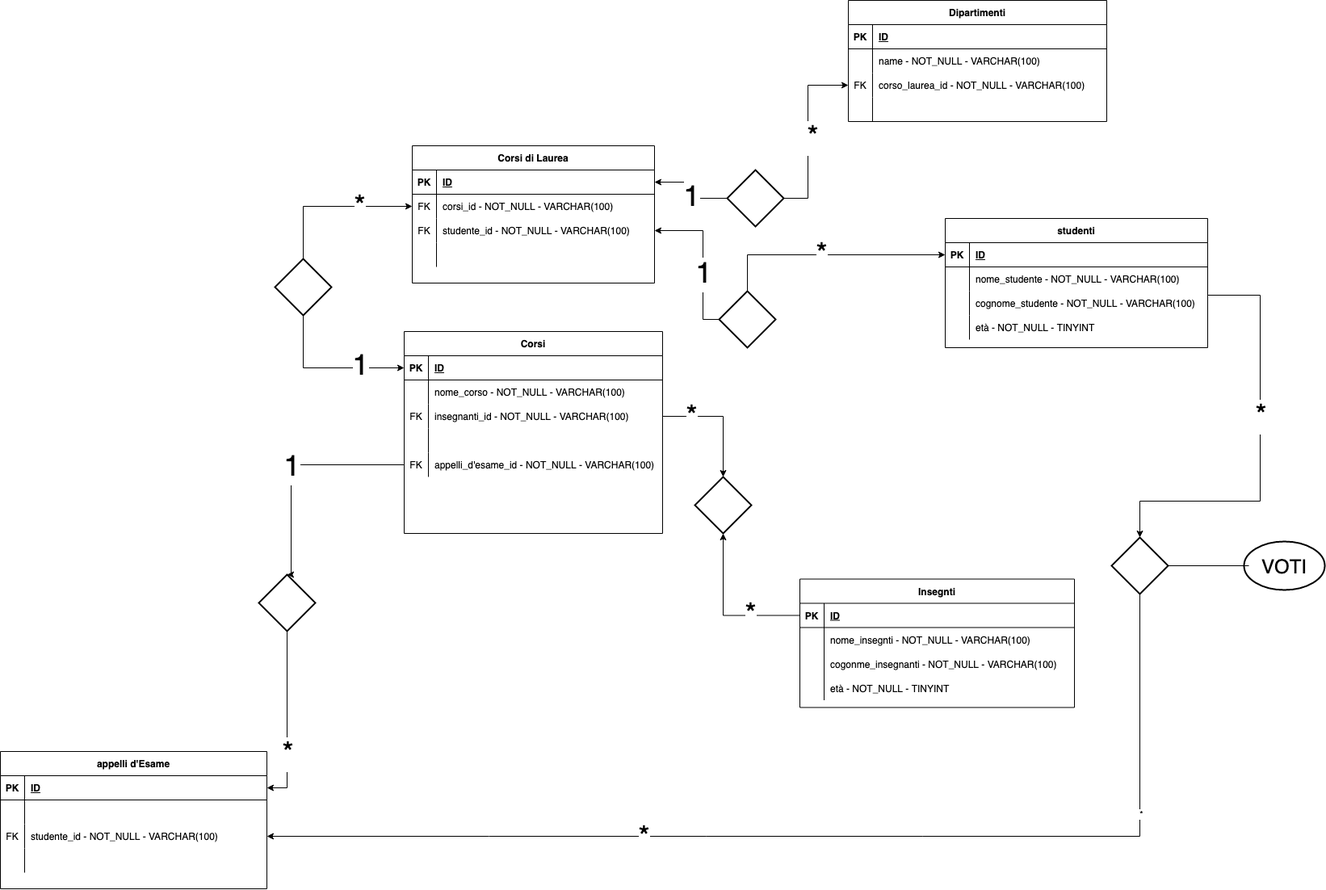
Above: DB_university.png in AlexBosio95/db-university (draw.io), before the change. Source tidied: cells renumbered, new cells last; positions are measured from the earlier drawing's top-left corner, leaving out a move shared by most shapes.
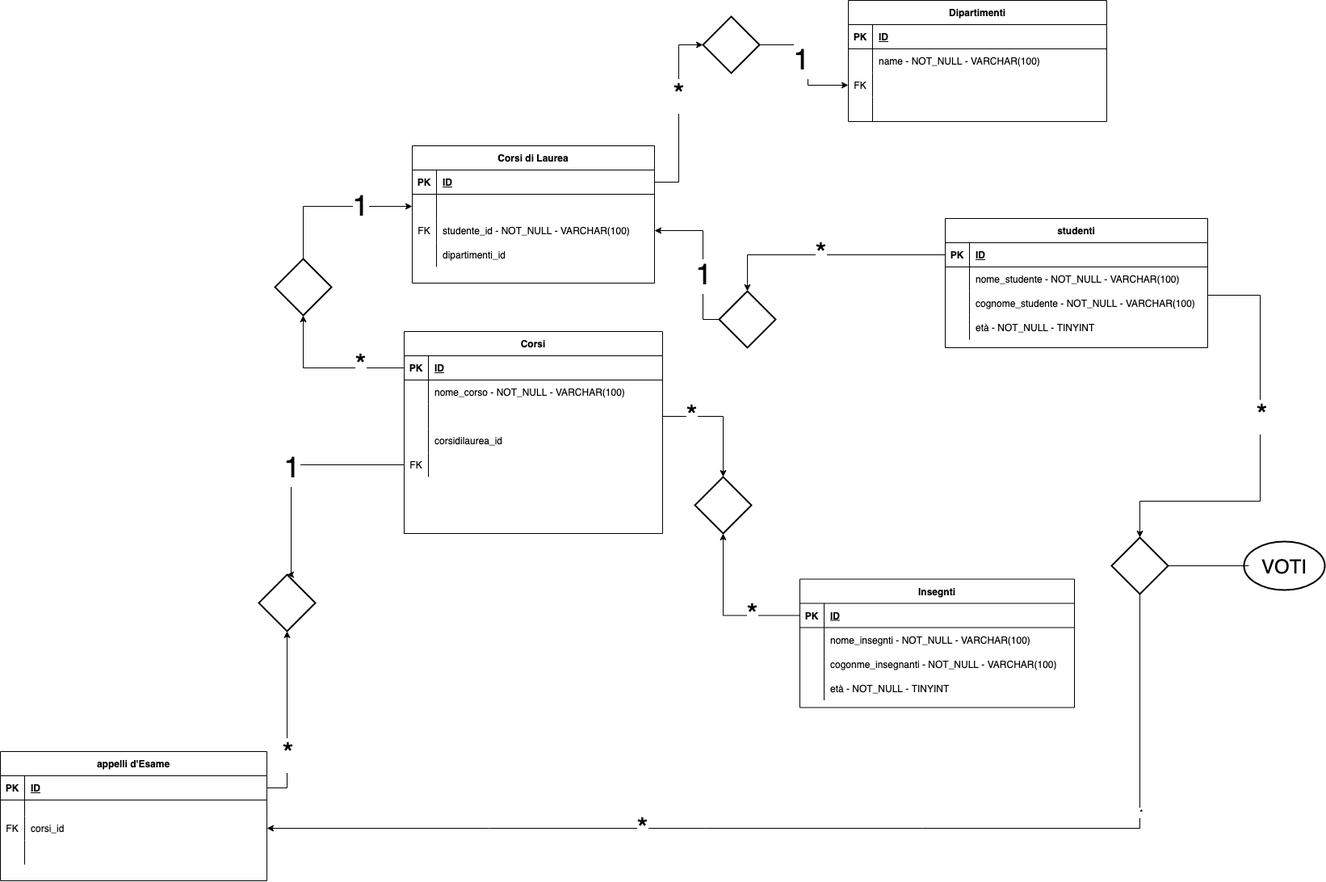
After the change.

Diff of the diagram source:
```diff
@@ -41,7 +41,7 @@
     <mxCell id="14" value="FK" style="shape=partialRectangle;fillColor=none;top=0;left=0;bottom=0;right=0;overflow=hidden;" parent="13" vertex="1">
       <mxGeometry width="30" height="30" as="geometry" />
     </mxCell>
-    <mxCell id="15" value="corso_laurea_id - NOT_NULL - VARCHAR(100)" style="shape=partialRectangle;fillColor=none;top=0;left=0;bottom=0;right=0;align=left;spacingLeft=6;overflow=hidden;" parent="13" vertex="1">
+    <mxCell id="15" style="shape=partialRectangle;fillColor=none;top=0;left=0;bottom=0;right=0;align=left;spacingLeft=6;overflow=hidden;" parent="13" vertex="1">
       <mxGeometry x="30" width="290" height="30" as="geometry" />
     </mxCell>
     <mxCell id="16" style="shape=tableRow;horizontal=0;startSize=0;swimlaneHead=0;swimlaneBody=0;fillColor=none;top=0;left=0;right=0;bottom=0;" parent="6" vertex="1">
@@ -68,10 +68,10 @@
     <mxCell id="23" style="shape=tableRow;horizontal=0;startSize=0;swimlaneHead=0;swimlaneBody=0;fillColor=none;points=[[0,0.5],[1,0.5]];portConstraint=eastwest;top=0;left=0;right=0;bottom=0;" parent="19" vertex="1">
       <mxGeometry y="60" width="300" height="30" as="geometry" />
     </mxCell>
-    <mxCell id="24" value="FK" style="shape=partialRectangle;fillColor=none;top=0;left=0;bottom=0;right=0;overflow=hidden;" parent="23" vertex="1">
+    <mxCell id="24" style="shape=partialRectangle;fillColor=none;top=0;left=0;bottom=0;right=0;overflow=hidden;" parent="23" vertex="1">
       <mxGeometry width="30" height="30" as="geometry" />
     </mxCell>
-    <mxCell id="25" value="corsi_id - NOT_NULL - VARCHAR(100)" style="shape=partialRectangle;fillColor=none;top=0;left=0;bottom=0;right=0;align=left;spacingLeft=6;overflow=hidden;" parent="23" vertex="1">
+    <mxCell id="25" style="shape=partialRectangle;fillColor=none;top=0;left=0;bottom=0;right=0;align=left;spacingLeft=6;overflow=hidden;" parent="23" vertex="1">
       <mxGeometry x="30" width="270" height="30" as="geometry" />
     </mxCell>
     <mxCell id="26" style="shape=tableRow;horizontal=0;startSize=0;swimlaneHead=0;swimlaneBody=0;fillColor=none;points=[[0,0.5],[1,0.5]];portConstraint=eastwest;top=0;left=0;right=0;bottom=0;" parent="19" vertex="1">
@@ -89,30 +89,30 @@
     <mxCell id="30" style="shape=partialRectangle;fillColor=none;top=0;left=0;bottom=0;right=0;overflow=hidden;" parent="29" vertex="1">
       <mxGeometry width="30" height="30" as="geometry" />
     </mxCell>
-    <mxCell id="31" style="shape=partialRectangle;fillColor=none;top=0;left=0;bottom=0;right=0;align=left;spacingLeft=6;overflow=hidden;" parent="29" vertex="1">
+    <mxCell id="31" value="dipartimenti_id" style="shape=partialRectangle;fillColor=none;top=0;left=0;bottom=0;right=0;align=left;spacingLeft=6;overflow=hidden;" parent="29" vertex="1">
       <mxGeometry x="30" width="270" height="30" as="geometry" />
     </mxCell>
     <mxCell id="32" style="edgeStyle=orthogonalEdgeStyle;rounded=0;jettySize=auto;html=1;exitX=1;exitY=0.5;exitDx=0;exitDy=0;exitPerimeter=0;entryX=0;entryY=0.5;entryDx=0;entryDy=0;" parent="1" edge="1" source="36" target="13">
       <mxGeometry relative="1" as="geometry">
         <Array as="points">
-          <mxPoint x="1000" y="245" />
+          <mxPoint x="1000" y="55" />
           <mxPoint x="1000" y="105" />
         </Array>
       </mxGeometry>
     </mxCell>
-    <mxCell id="33" value="&lt;font style=&quot;font-size: 36px;&quot;&gt;*&lt;/font&gt;" style="edgeLabel;html=1;align=center;verticalAlign=middle;" parent="32" vertex="1">
+    <mxCell id="33" value="&lt;font style=&quot;font-size: 36px;&quot;&gt;1&lt;/font&gt;" style="edgeLabel;html=1;align=center;verticalAlign=middle;" parent="32" vertex="1">
       <mxGeometry x="0.45" relative="1" as="geometry">
-        <mxPoint x="5" y="55" as="offset" />
+        <mxPoint x="-17" y="-30" as="offset" />
       </mxGeometry>
     </mxCell>
-    <mxCell id="34" style="edgeStyle=orthogonalEdgeStyle;rounded=0;jettySize=auto;html=1;exitX=0;exitY=0.5;exitDx=0;exitDy=0;exitPerimeter=0;entryX=1;entryY=0.5;entryDx=0;entryDy=0;" parent="1" edge="1" source="36" target="20">
+    <mxCell id="34" style="edgeStyle=orthogonalEdgeStyle;rounded=0;jettySize=auto;html=1;exitX=0;exitY=0.5;exitDx=0;exitDy=0;exitPerimeter=0;entryX=1;entryY=0.5;entryDx=0;entryDy=0;startArrow=classic;startFill=1;endArrow=none;endFill=0;" parent="1" edge="1" source="36" target="20">
       <mxGeometry relative="1" as="geometry" />
     </mxCell>
-    <mxCell id="35" value="&lt;font style=&quot;font-size: 36px;&quot;&gt;1&lt;/font&gt;" style="edgeLabel;html=1;align=center;verticalAlign=middle;" parent="34" vertex="1">
+    <mxCell id="35" value="&lt;font style=&quot;font-size: 36px;&quot;&gt;*&lt;/font&gt;" style="edgeLabel;html=1;align=center;verticalAlign=middle;" parent="34" vertex="1">
       <mxGeometry x="-0.2" y="-1" relative="1" as="geometry" />
     </mxCell>
     <mxCell id="36" style="strokeWidth=2;html=1;shape=mxgraph.flowchart.decision;whiteSpace=wrap;" parent="1" vertex="1">
-      <mxGeometry x="900" y="210" width="70" height="70" as="geometry" />
+      <mxGeometry x="870" y="20" width="70" height="70" as="geometry" />
     </mxCell>
     <mxCell id="37" value="Corsi" style="shape=table;startSize=30;rowLines=0;fontStyle=1;align=center;" parent="1" vertex="1">
       <mxGeometry x="500" y="410" width="320" height="250" as="geometry" />
@@ -138,10 +138,10 @@
     <mxCell id="44" style="shape=tableRow;horizontal=0;startSize=0;swimlaneHead=0;swimlaneBody=0;fillColor=none;points=[[0,0.5],[1,0.5]];portConstraint=eastwest;top=0;left=0;right=0;bottom=0;" parent="37" vertex="1">
       <mxGeometry y="90" width="320" height="30" as="geometry" />
     </mxCell>
-    <mxCell id="45" value="FK" style="shape=partialRectangle;fillColor=none;top=0;left=0;bottom=0;right=0;overflow=hidden;" parent="44" vertex="1">
+    <mxCell id="45" style="shape=partialRectangle;fillColor=none;top=0;left=0;bottom=0;right=0;overflow=hidden;" parent="44" vertex="1">
       <mxGeometry width="30" height="30" as="geometry" />
     </mxCell>
-    <mxCell id="46" value="insegnanti_id - NOT_NULL - VARCHAR(100)" style="shape=partialRectangle;fillColor=none;top=0;left=0;bottom=0;right=0;align=left;spacingLeft=6;overflow=hidden;" parent="44" vertex="1">
+    <mxCell id="46" style="shape=partialRectangle;fillColor=none;top=0;left=0;bottom=0;right=0;align=left;spacingLeft=6;overflow=hidden;" parent="44" vertex="1">
       <mxGeometry x="30" width="290" height="30" as="geometry" />
     </mxCell>
     <mxCell id="47" style="shape=tableRow;horizontal=0;startSize=0;swimlaneHead=0;swimlaneBody=0;fillColor=none;top=0;left=0;right=0;bottom=0;" parent="37" vertex="1">
@@ -150,7 +150,7 @@
     <mxCell id="48" style="shape=partialRectangle;fillColor=none;top=0;left=0;bottom=0;right=0;overflow=hidden;" parent="47" vertex="1">
       <mxGeometry width="30" height="30" as="geometry" />
     </mxCell>
-    <mxCell id="49" style="shape=partialRectangle;fillColor=none;top=0;left=0;bottom=0;right=0;align=left;spacingLeft=6;overflow=hidden;" parent="47" vertex="1">
+    <mxCell id="49" value="corsidilaurea_id" style="shape=partialRectangle;fillColor=none;top=0;left=0;bottom=0;right=0;align=left;spacingLeft=6;overflow=hidden;" parent="47" vertex="1">
       <mxGeometry x="30" width="290" height="30" as="geometry" />
     </mxCell>
     <mxCell id="50" style="shape=tableRow;horizontal=0;startSize=0;swimlaneHead=0;swimlaneBody=0;fillColor=none;points=[[0,0.5],[1,0.5]];portConstraint=eastwest;top=0;left=0;right=0;bottom=0;" parent="37" vertex="1">
@@ -159,19 +159,19 @@
     <mxCell id="51" value="FK" style="shape=partialRectangle;fillColor=none;top=0;left=0;bottom=0;right=0;overflow=hidden;" parent="50" vertex="1">
       <mxGeometry width="30" height="30" as="geometry" />
     </mxCell>
-    <mxCell id="52" value="appelli_d'esame_id - NOT_NULL - VARCHAR(100)" style="shape=partialRectangle;fillColor=none;top=0;left=0;bottom=0;right=0;align=left;spacingLeft=6;overflow=hidden;" parent="50" vertex="1">
+    <mxCell id="52" style="shape=partialRectangle;fillColor=none;top=0;left=0;bottom=0;right=0;align=left;spacingLeft=6;overflow=hidden;" parent="50" vertex="1">
       <mxGeometry x="30" width="290" height="30" as="geometry" />
     </mxCell>
     <mxCell id="53" style="edgeStyle=orthogonalEdgeStyle;rounded=0;jettySize=auto;html=1;" parent="1" edge="1" source="57" target="23">
       <mxGeometry relative="1" as="geometry" />
     </mxCell>
-    <mxCell id="54" value="&lt;font style=&quot;font-size: 36px;&quot;&gt;*&lt;/font&gt;" style="edgeLabel;html=1;align=center;verticalAlign=middle;" parent="53" vertex="1">
+    <mxCell id="54" value="&lt;font style=&quot;font-size: 36px;&quot;&gt;1&lt;/font&gt;" style="edgeLabel;html=1;align=center;verticalAlign=middle;" parent="53" vertex="1">
       <mxGeometry x="0.34" y="-1" relative="1" as="geometry" />
     </mxCell>
-    <mxCell id="55" style="edgeStyle=orthogonalEdgeStyle;rounded=0;jettySize=auto;html=1;exitX=0.5;exitY=1;exitDx=0;exitDy=0;exitPerimeter=0;entryX=0;entryY=0.5;entryDx=0;entryDy=0;" parent="1" edge="1" source="57" target="38">
+    <mxCell id="55" style="edgeStyle=orthogonalEdgeStyle;rounded=0;jettySize=auto;html=1;exitX=0.5;exitY=1;exitDx=0;exitDy=0;exitPerimeter=0;entryX=0;entryY=0.5;entryDx=0;entryDy=0;startArrow=classic;startFill=1;endArrow=none;endFill=0;" parent="1" edge="1" source="57" target="38">
       <mxGeometry relative="1" as="geometry" />
     </mxCell>
-    <mxCell id="56" value="&lt;font style=&quot;font-size: 36px;&quot;&gt;1&lt;/font&gt;" style="edgeLabel;html=1;align=center;verticalAlign=middle;" parent="55" vertex="1">
+    <mxCell id="56" value="&lt;font style=&quot;font-size: 36px;&quot;&gt;*&lt;/font&gt;" style="edgeLabel;html=1;align=center;verticalAlign=middle;" parent="55" vertex="1">
       <mxGeometry x="0.43" y="2" relative="1" as="geometry" />
     </mxCell>
     <mxCell id="57" style="strokeWidth=2;html=1;shape=mxgraph.flowchart.decision;whiteSpace=wrap;" parent="1" vertex="1">
@@ -232,7 +232,7 @@
       <mxGeometry x="-0.38" relative="1" as="geometry" />
     </mxCell>
     <mxCell id="76" value="appelli d'Esame" style="shape=table;startSize=30;rowLines=0;fontStyle=1;align=center;" parent="1" vertex="1">
-      <mxGeometry y="930" width="330" height="170" as="geometry" />
+      <mxGeometry y="930" width="330" height="160" as="geometry" />
     </mxCell>
     <mxCell id="77" style="shape=tableRow;horizontal=0;startSize=0;swimlaneHead=0;swimlaneBody=0;fillColor=none;points=[[0,0.5],[1,0.5]];portConstraint=eastwest;top=0;left=0;right=0;bottom=1;" parent="76" vertex="1">
       <mxGeometry y="30" width="330" height="30" as="geometry" />
@@ -244,25 +244,25 @@
       <mxGeometry x="30" width="300" height="30" as="geometry" />
     </mxCell>
     <mxCell id="80" style="shape=tableRow;horizontal=0;startSize=0;swimlaneHead=0;swimlaneBody=0;fillColor=none;top=0;left=0;right=0;bottom=0;" parent="76" vertex="1">
-      <mxGeometry y="60" width="330" height="30" as="geometry" />
+      <mxGeometry y="60" width="330" height="20" as="geometry" />
     </mxCell>
     <mxCell id="81" style="shape=partialRectangle;fillColor=none;top=0;left=0;bottom=0;right=0;overflow=hidden;" parent="80" vertex="1">
-      <mxGeometry width="30" height="30" as="geometry" />
+      <mxGeometry width="30" height="20" as="geometry" />
     </mxCell>
     <mxCell id="82" style="shape=partialRectangle;fillColor=none;top=0;left=0;bottom=0;right=0;align=left;spacingLeft=6;overflow=hidden;" parent="80" vertex="1">
-      <mxGeometry x="30" width="300" height="30" as="geometry" />
+      <mxGeometry x="30" width="300" height="20" as="geometry" />
     </mxCell>
     <mxCell id="83" style="shape=tableRow;horizontal=0;startSize=0;swimlaneHead=0;swimlaneBody=0;fillColor=none;points=[[0,0.5],[1,0.5]];portConstraint=eastwest;top=0;left=0;right=0;bottom=0;" parent="76" vertex="1">
-      <mxGeometry y="90" width="330" height="30" as="geometry" />
+      <mxGeometry y="80" width="330" height="30" as="geometry" />
     </mxCell>
     <mxCell id="84" value="FK" style="shape=partialRectangle;fillColor=none;top=0;left=0;bottom=0;right=0;overflow=hidden;" parent="83" vertex="1">
       <mxGeometry width="30" height="30" as="geometry" />
     </mxCell>
-    <mxCell id="85" value="studente_id - NOT_NULL - VARCHAR(100)" style="shape=partialRectangle;fillColor=none;top=0;left=0;bottom=0;right=0;align=left;spacingLeft=6;overflow=hidden;" parent="83" vertex="1">
+    <mxCell id="85" value="corsi_id" style="shape=partialRectangle;fillColor=none;top=0;left=0;bottom=0;right=0;align=left;spacingLeft=6;overflow=hidden;" parent="83" vertex="1">
       <mxGeometry x="30" width="300" height="30" as="geometry" />
     </mxCell>
     <mxCell id="86" style="shape=tableRow;horizontal=0;startSize=0;swimlaneHead=0;swimlaneBody=0;fillColor=none;top=0;left=0;right=0;bottom=0;" parent="76" vertex="1">
-      <mxGeometry y="120" width="330" height="30" as="geometry" />
+      <mxGeometry y="110" width="330" height="30" as="geometry" />
     </mxCell>
     <mxCell id="87" style="shape=partialRectangle;fillColor=none;top=0;left=0;bottom=0;right=0;overflow=hidden;" parent="86" vertex="1">
       <mxGeometry width="30" height="30" as="geometry" />
@@ -322,7 +322,7 @@
         <mxPoint y="28" as="offset" />
       </mxGeometry>
     </mxCell>
-    <mxCell id="104" style="edgeStyle=orthogonalEdgeStyle;rounded=0;jettySize=auto;html=1;entryX=0;entryY=0.5;entryDx=0;entryDy=0;" parent="1" edge="1" source="106" target="90">
+    <mxCell id="104" style="edgeStyle=orthogonalEdgeStyle;rounded=0;jettySize=auto;html=1;entryX=0;entryY=0.5;entryDx=0;entryDy=0;startArrow=classic;startFill=1;endArrow=none;endFill=0;" parent="1" edge="1" source="106" target="90">
       <mxGeometry relative="1" as="geometry" />
     </mxCell>
     <mxCell id="105" value="&lt;font style=&quot;font-size: 36px;&quot;&gt;*&lt;/font&gt;" style="edgeLabel;html=1;align=center;verticalAlign=middle;fontSize=18;" parent="104" vertex="1">
@@ -331,7 +331,7 @@
     <mxCell id="106" style="strokeWidth=2;html=1;shape=mxgraph.flowchart.decision;whiteSpace=wrap;" parent="1" vertex="1">
       <mxGeometry x="890" y="360" width="70" height="70" as="geometry" />
     </mxCell>
-    <mxCell id="107" style="edgeStyle=orthogonalEdgeStyle;rounded=0;jettySize=auto;html=1;exitX=0.5;exitY=1;exitDx=0;exitDy=0;exitPerimeter=0;entryX=1;entryY=0.5;entryDx=0;entryDy=0;" parent="1" edge="1" source="109" target="77">
+    <mxCell id="107" style="edgeStyle=orthogonalEdgeStyle;rounded=0;jettySize=auto;html=1;exitX=0.5;exitY=1;exitDx=0;exitDy=0;exitPerimeter=0;entryX=1;entryY=0.5;entryDx=0;entryDy=0;startArrow=classic;startFill=1;endArrow=none;endFill=0;" parent="1" edge="1" source="109" target="77">
       <mxGeometry relative="1" as="geometry" />
     </mxCell>
     <mxCell id="108" value="*" style="edgeLabel;html=1;align=center;verticalAlign=middle;fontSize=36;" parent="107" vertex="1">
```
